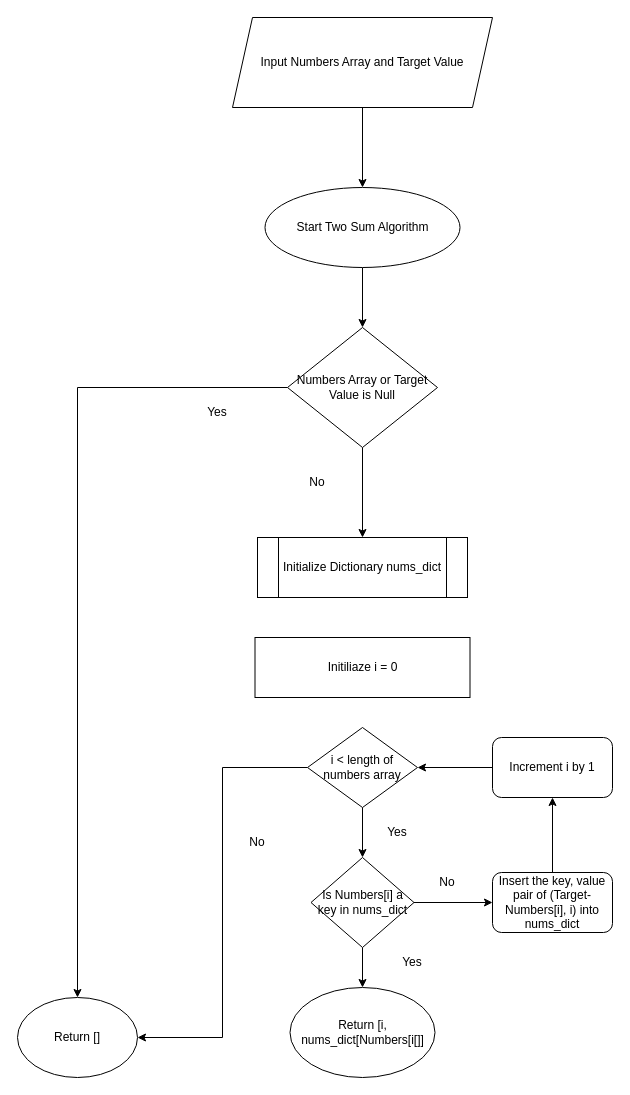
Earlier version of the draw.io diagram TwoSum.drawio (kenglordpanda/CS797_FlowCharts). Source tidied: cells renumbered, new cells numbered last; positions are measured from the earlier drawing's top-left corner, leaving out a move shared by most shapes. Both pictures are drawn from the tidied source at 100%, with x=0, y=0 at pixel (17, 17).
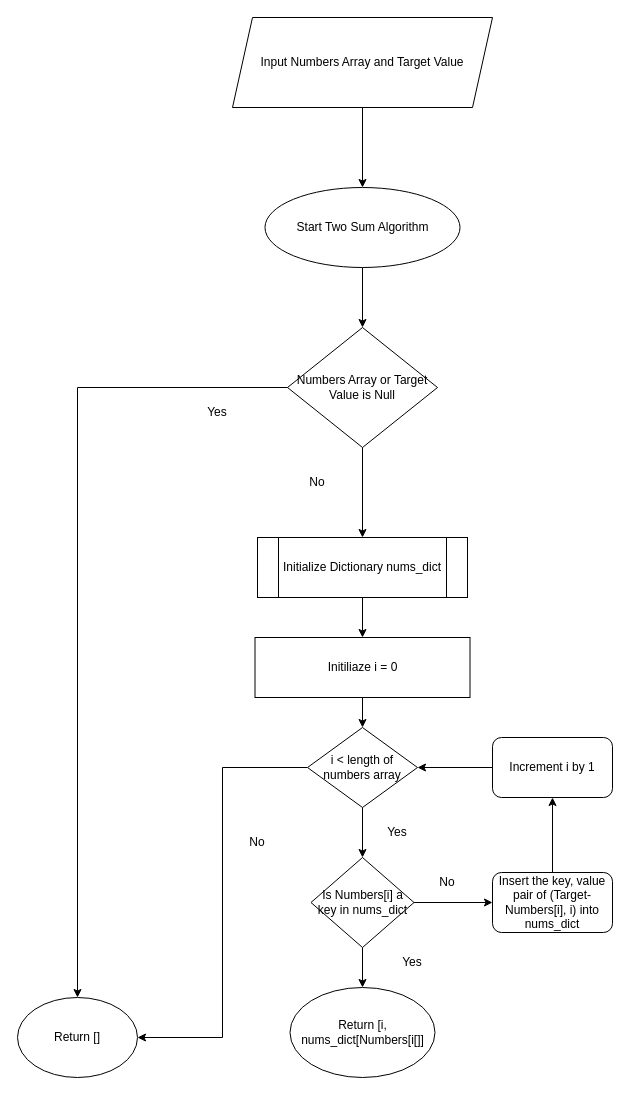
Above is the later version.

Unchanged cells that the change refers to:
```xml
<mxCell id="6" value="Initialize Dictionary nums_dict" style="shape=process;whiteSpace=wrap;html=1;backgroundOutline=1;" parent="1" vertex="1">
  <mxGeometry x="240" y="520" width="210" height="60" as="geometry" />
</mxCell>
<mxCell id="13" value="Initiliaze i = 0" style="rounded=0;whiteSpace=wrap;html=1;" parent="1" vertex="1">
  <mxGeometry x="237.5" y="620" width="215" height="60" as="geometry" />
</mxCell>
<mxCell id="16" value="i &amp;lt; length of numbers array" style="rhombus;whiteSpace=wrap;html=1;" parent="1" vertex="1">
  <mxGeometry x="290" y="710" width="110" height="80" as="geometry" />
</mxCell>
```

The edit, as a diff of the source:
```diff
@@
+    <mxCell id="29" style="edgeStyle=orthogonalEdgeStyle;rounded=0;jettySize=auto;html=1;exitX=0.5;exitY=1;exitDx=0;exitDy=0;entryX=0.5;entryY=0;entryDx=0;entryDy=0;" parent="1" edge="1" source="6" target="13">
+      <mxGeometry relative="1" as="geometry" />
+    </mxCell>
@@
+    <mxCell id="30" style="edgeStyle=orthogonalEdgeStyle;rounded=0;jettySize=auto;html=1;exitX=0.5;exitY=1;exitDx=0;exitDy=0;entryX=0.5;entryY=0;entryDx=0;entryDy=0;" parent="1" edge="1" source="13" target="16">
+      <mxGeometry relative="1" as="geometry" />
+    </mxCell>
```
